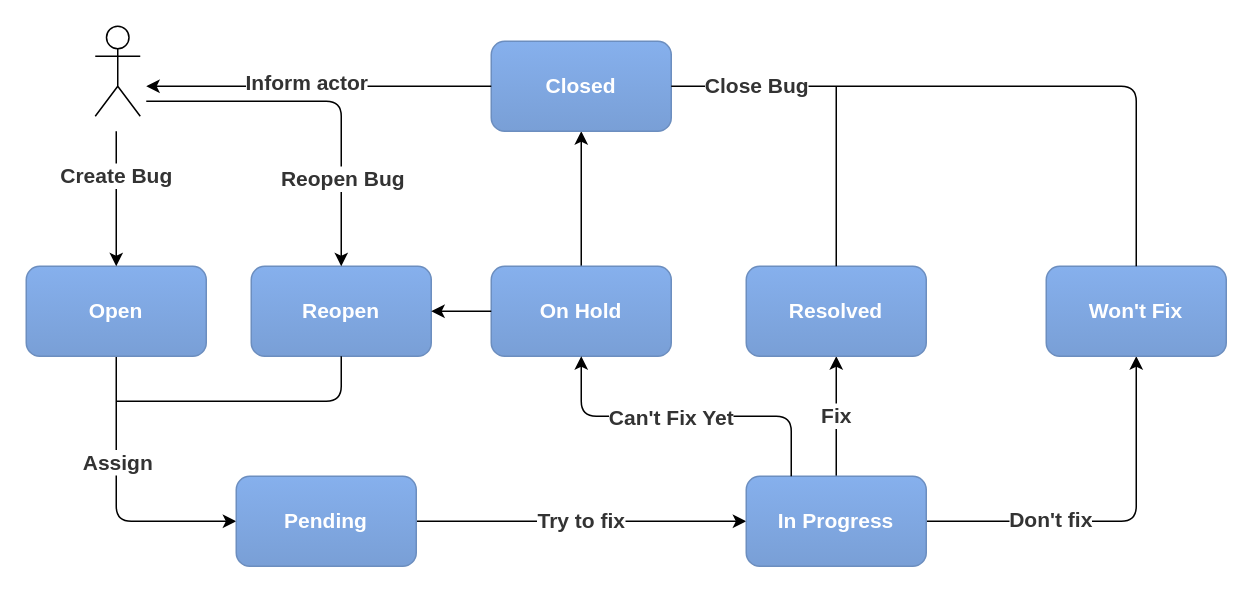
chrismeijer/bugtracker keeps this draw.io diagram as resources/Bugtracker Status Flow.drawio. Above is the earlier version. Source tidied: cells renumbered, new cells numbered last; positions are measured from the earlier drawing's top-left corner, leaving out a move shared by most shapes. Both pictures are drawn from the tidied source at 150%, with x=0, y=0 at pixel (26, 26).
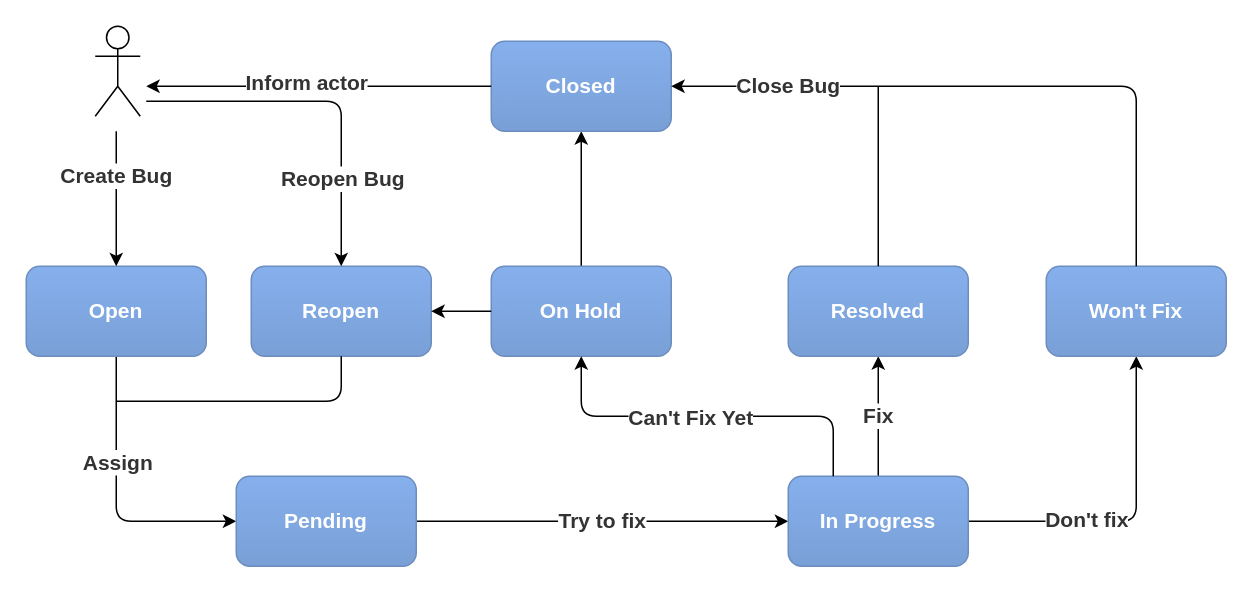
The same diagram, later.

Unchanged cells that the change refers to:
```xml
<mxCell id="13" value="On Hold" style="rounded=1;whiteSpace=wrap;html=1;fillColor=#86B0ED;strokeColor=#6c8ebf;gradientColor=#799FD6;fontFamily=Montserrat;fontStyle=1;fontColor=#FFFFFF;fontSize=14;" parent="1" vertex="1">
  <mxGeometry x="310" y="160" width="120" height="60" as="geometry" />
</mxCell>
<mxCell id="14" value="Closed" style="rounded=1;whiteSpace=wrap;html=1;fillColor=#86B0ED;strokeColor=#6c8ebf;gradientColor=#799FD6;fontFamily=Montserrat;fontStyle=1;fontColor=#FFFFFF;fontSize=14;" parent="1" vertex="1">
  <mxGeometry x="310" y="10" width="120" height="60" as="geometry" />
</mxCell>
<mxCell id="16" value="Won't Fix" style="rounded=1;whiteSpace=wrap;html=1;fillColor=#86B0ED;strokeColor=#6c8ebf;gradientColor=#799FD6;fontFamily=Montserrat;fontStyle=1;fontColor=#FFFFFF;fontSize=14;" parent="1" vertex="1">
  <mxGeometry x="680" y="160" width="120" height="60" as="geometry" />
</mxCell>
```

Change to the diagram source:
```diff
@@
     <mxCell id="10" value="In Progress" style="rounded=1;whiteSpace=wrap;html=1;fillColor=#86B0ED;strokeColor=#6c8ebf;gradientColor=#799FD6;fontFamily=Montserrat;fontStyle=1;fontColor=#FFFFFF;fontSize=14;" parent="1" vertex="1">
-      <mxGeometry x="480" y="300" width="120" height="60" as="geometry" />
+      <mxGeometry x="508" y="300" width="120" height="60" as="geometry" />
     </mxCell>
     <mxCell id="11" value="Resolved" style="rounded=1;whiteSpace=wrap;html=1;fillColor=#86B0ED;strokeColor=#6c8ebf;gradientColor=#799FD6;fontFamily=Montserrat;fontStyle=1;fontColor=#FFFFFF;fontSize=14;" parent="1" vertex="1">
-      <mxGeometry x="480" y="160" width="120" height="60" as="geometry" />
+      <mxGeometry x="508" y="160" width="120" height="60" as="geometry" />
     </mxCell>
@@
     <mxCell id="23" style="endArrow=classic;html=1;fontFamily=Montserrat;fontSize=14;fontColor=#333333;entryX=0.5;entryY=1;entryDx=0;entryDy=0;exitX=0.25;exitY=0;exitDx=0;exitDy=0;" parent="1" edge="1" source="10" target="13">
       <mxGeometry relative="1" as="geometry">
         <Array as="points">
-          <mxPoint x="510" y="260" />
+          <mxPoint x="538" y="260" />
           <mxPoint x="370" y="260" />
         </Array>
       </mxGeometry>
     </mxCell>
@@
-    <mxCell id="25" style="endArrow=none;html=1;fontFamily=Montserrat;fontSize=14;fontColor=#333333;exitX=1;exitY=0.5;exitDx=0;exitDy=0;entryX=0.5;entryY=0;entryDx=0;entryDy=0;" parent="1" edge="1" source="14" target="16">
+    <mxCell id="25" style="endArrow=none;html=1;fontFamily=Montserrat;fontSize=14;fontColor=#333333;exitX=1;exitY=0.5;exitDx=0;exitDy=0;entryX=0.5;entryY=0;entryDx=0;entryDy=0;endFill=0;startArrow=classic;startFill=1;" parent="1" edge="1" source="14" target="16">
       <mxGeometry relative="1" as="geometry">
         <Array as="points">
           <mxPoint x="740" y="40" />
         </Array>
       </mxGeometry>
     </mxCell>
     <mxCell id="26" value="Close Bug" style="text;html=1;align=center;verticalAlign=middle;labelBackgroundColor=#ffffff;fontSize=14;fontFamily=Montserrat;fontColor=#333333;fontStyle=1;" parent="25" vertex="1">
       <mxGeometry x="-0.74" relative="1" as="geometry">
-        <mxPoint y="-1" as="offset" />
+        <mxPoint x="21" y="-1" as="offset" />
       </mxGeometry>
     </mxCell>
     <mxCell id="27" style="endArrow=none;html=1;fontFamily=Montserrat;fontSize=14;fontColor=#333333;exitX=0.5;exitY=0;exitDx=0;exitDy=0;" parent="1" edge="1" source="11">
       <mxGeometry relative="1" as="geometry">
-        <mxPoint x="540" y="40" as="targetPoint" />
+        <mxPoint x="568" y="40" as="targetPoint" />
       </mxGeometry>
     </mxCell>
```
